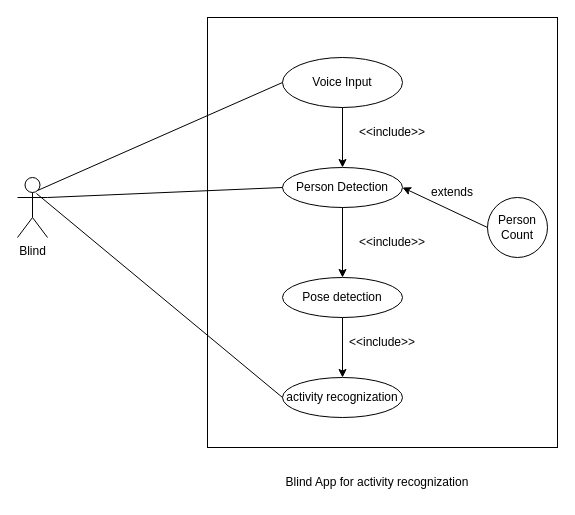
ahmad2001hotmailyahoo/ahmad-arc keeps this draw.io diagram as UseCase.drawio. Above is the earlier version. Source tidied: cells renumbered, new cells numbered last; positions are measured from the earlier drawing's top-left corner, leaving out a move shared by most shapes. Both pictures are drawn from the tidied source at 100%, with x=0, y=0 at pixel (17, 17).
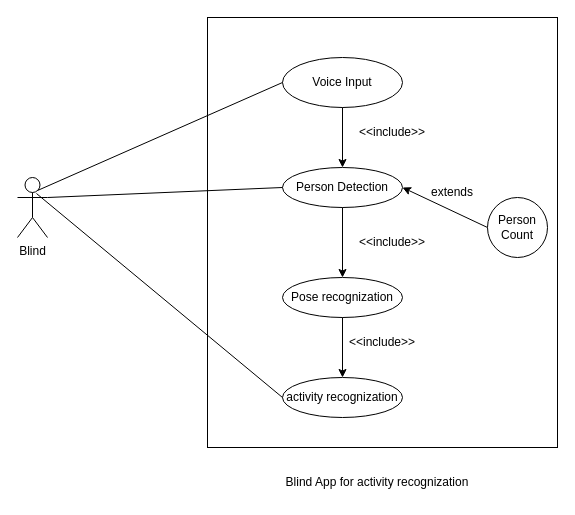
The same page after the edit.

Diff of the diagram source:
```diff
@@
-    <mxCell id="6" value="Pose detection" style="ellipse;whiteSpace=wrap;html=1;" parent="1" vertex="1">
+    <mxCell id="6" value="Pose recognization" style="ellipse;whiteSpace=wrap;html=1;" parent="1" vertex="1">
       <mxGeometry x="265" y="260" width="120" height="40" as="geometry" />
     </mxCell>
```
